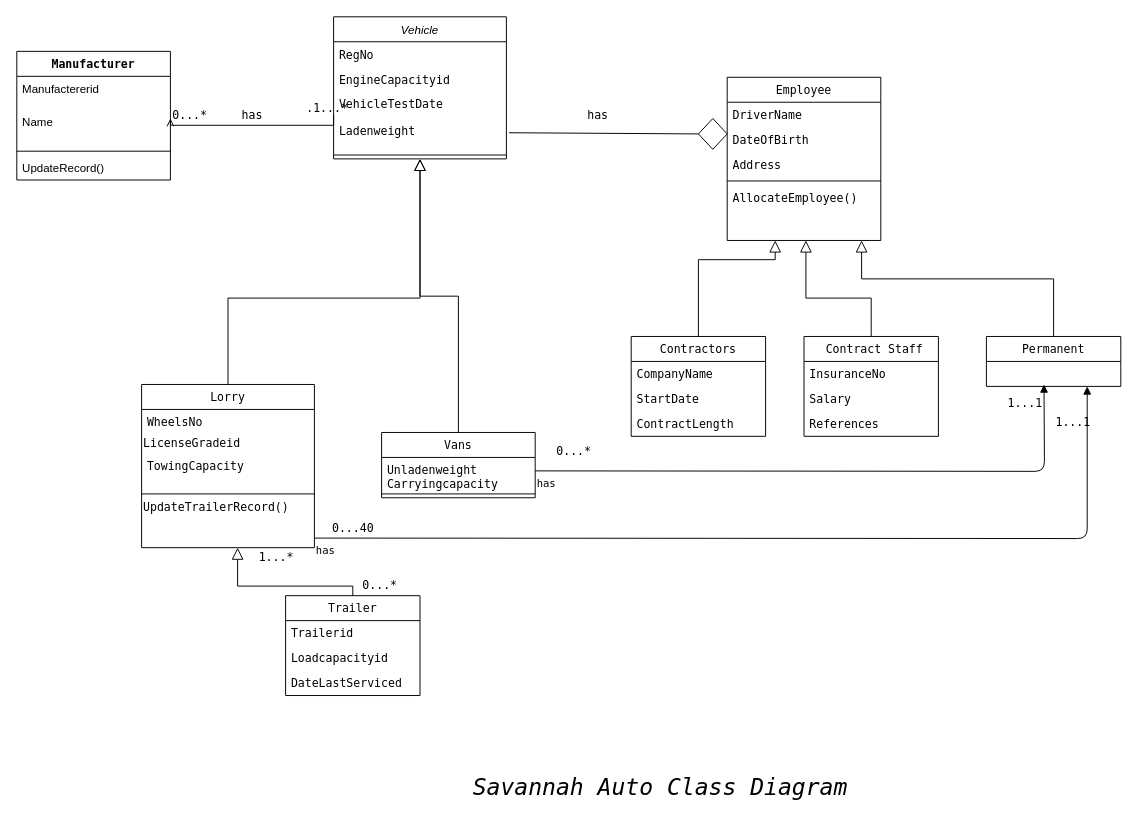
Nyamzwambugu/cousera-tester keeps this draw.io diagram as Untitled Diagram.drawio. Above is the earlier version. Source tidied: cells renumbered, new cells numbered last; positions are measured from the earlier drawing's top-left corner, leaving out a move shared by most shapes. Both pictures are drawn from the tidied source at 96%, with x=0, y=0 at pixel (16, 16).
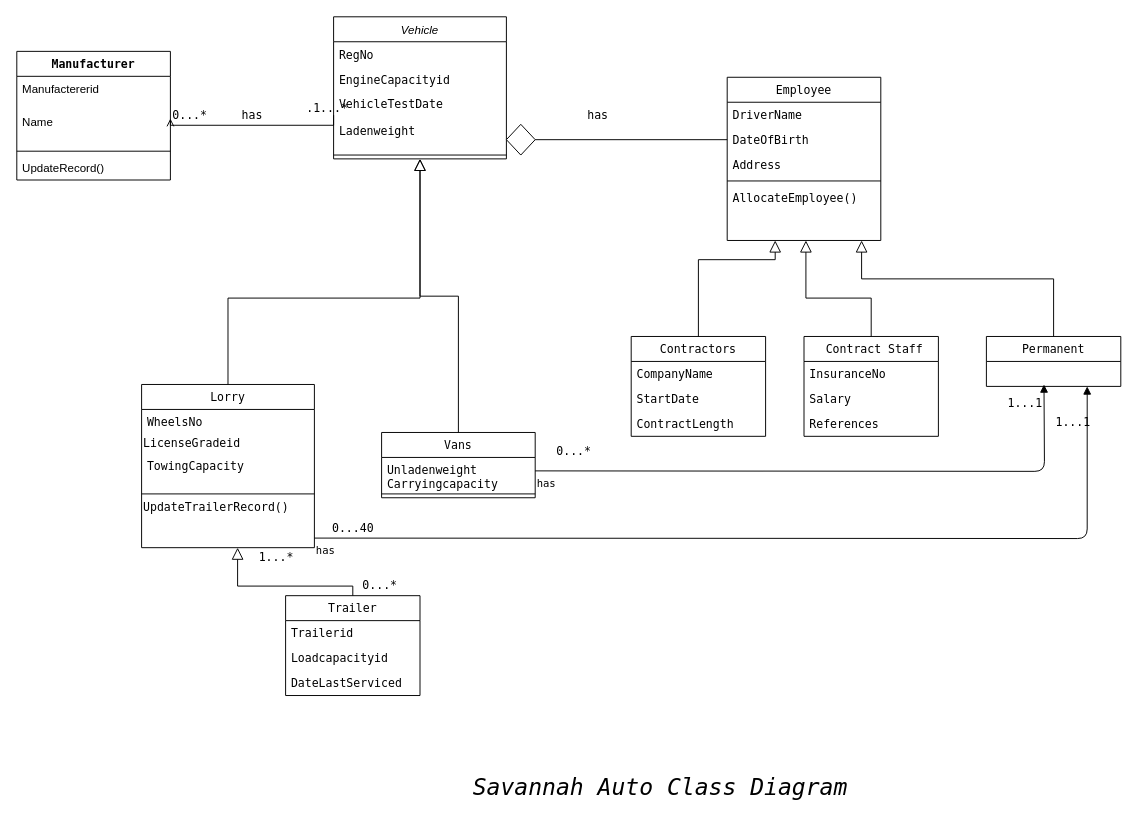
The same page after the edit.

The change refers to these unchanged cells:
```xml
<mxCell id="5" value="VehicleTestDate&#10;&#10;Ladenweight" style="text;align=left;verticalAlign=top;spacingLeft=4;spacingRight=4;overflow=hidden;points=[[0,0.5],[1,0.5]];portConstraint=eastwest;rounded=0;shadow=0;html=0;fontFamily=Lucida Console;" parent="2" vertex="1">
  <mxGeometry y="78" width="180" height="62" as="geometry" />
</mxCell>
<mxCell id="20" value="DateOfBirth" style="text;align=left;verticalAlign=top;spacingLeft=4;spacingRight=4;overflow=hidden;points=[[0,0.5],[1,0.5]];portConstraint=eastwest;rounded=0;shadow=0;html=0;fontFamily=Lucida Console;" parent="18" vertex="1">
  <mxGeometry y="52" width="160" height="26" as="geometry" />
</mxCell>
```

What changed in the source:
```diff
@@
-    <mxCell id="43" style="rhombus;whiteSpace=wrap;html=1;fontFamily=Lucida Console;" parent="1" vertex="1">
-      <mxGeometry x="710" y="106" width="30" height="32" as="geometry" />
+    <mxCell id="43" style="rhombus;whiteSpace=wrap;html=1;fontFamily=Lucida Console;rotation=-180;" parent="1" vertex="1">
+      <mxGeometry x="510" y="112" width="30" height="32" as="geometry" />
     </mxCell>
-    <mxCell id="44" style="endArrow=none;html=1;entryX=0;entryY=0.5;entryDx=0;entryDy=0;exitX=1.015;exitY=0.69;exitDx=0;exitDy=0;exitPerimeter=0;fontFamily=Lucida Console;" parent="1" edge="1" source="5" target="43">
+    <mxCell id="44" style="endArrow=none;html=1;entryX=0;entryY=0.5;entryDx=0;entryDy=0;exitX=0;exitY=0.5;exitDx=0;exitDy=0;fontFamily=Lucida Console;" parent="1" edge="1" source="20" target="43">
       <mxGeometry relative="1" as="geometry" />
     </mxCell>
```
